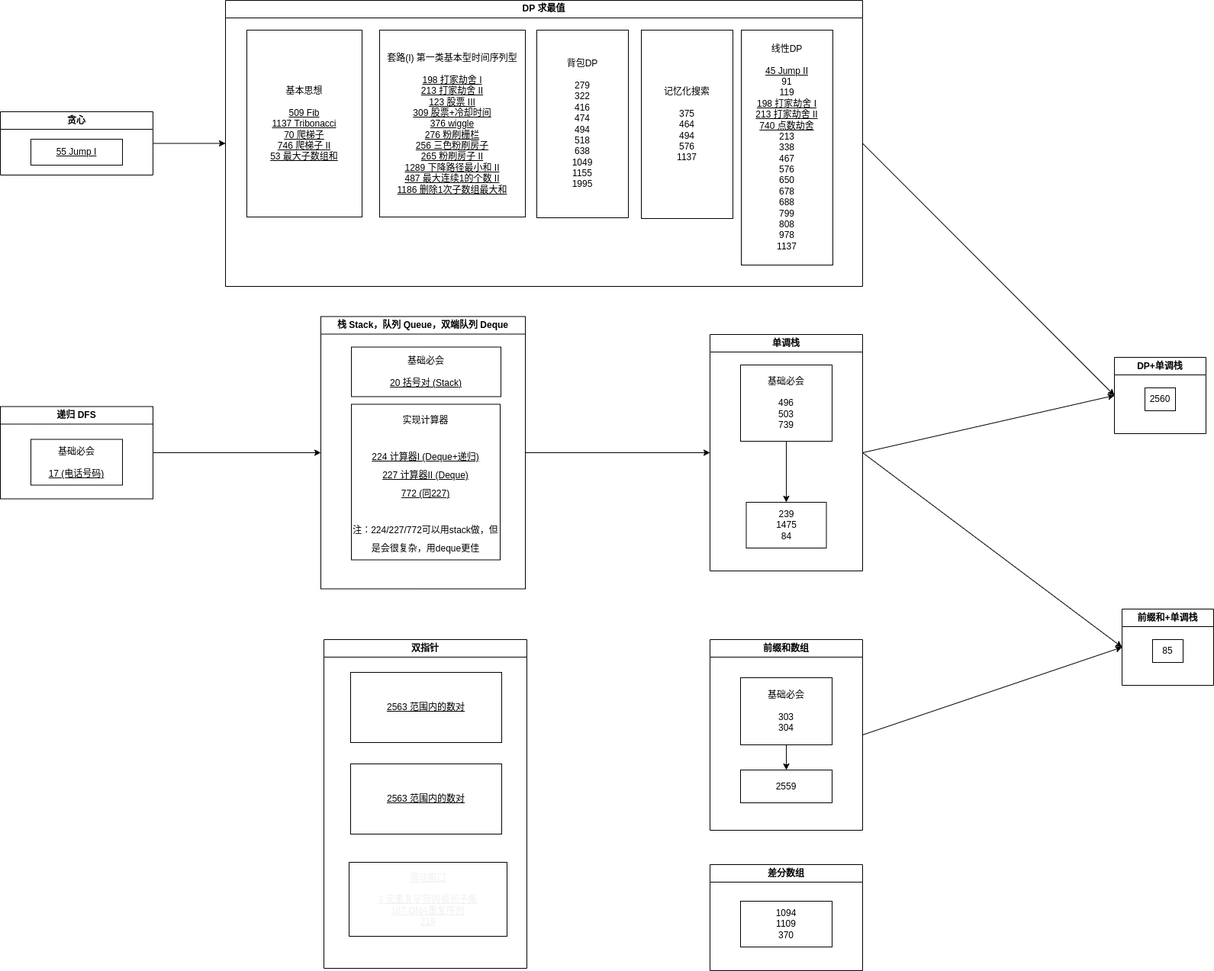
This is drawio/map.drawio.png from jssonx/algo-playground, a draw.io export, as it was before one commit. Source tidied: cells renumbered, new cells last; positions are measured from the earlier drawing's top-left corner, leaving out a move shared by most shapes.
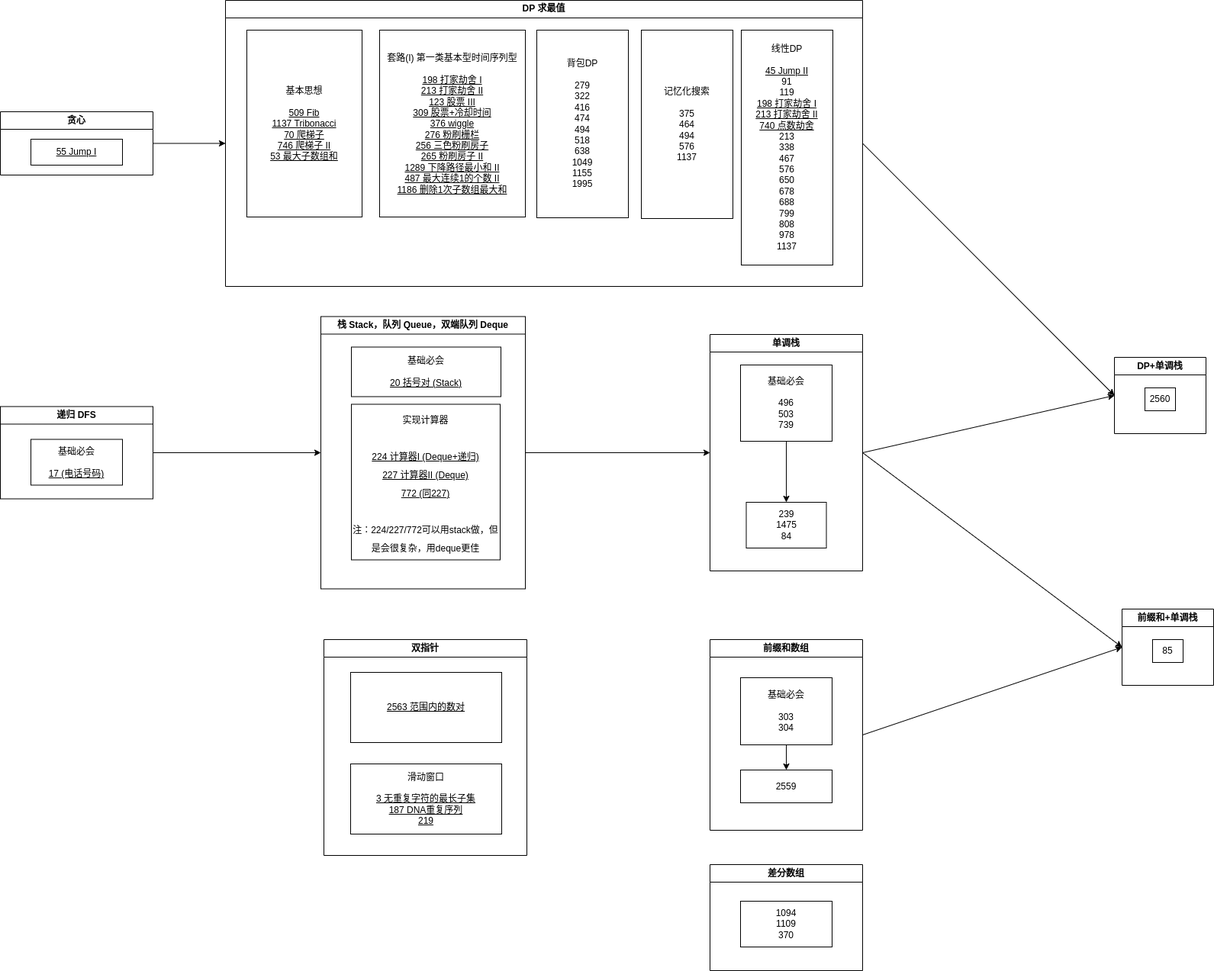
After the change.

What changed in the source:
```diff
@@ -105,15 +105,12 @@
       <mxGeometry x="497" y="39" width="191" height="245" as="geometry" />
     </mxCell>
     <mxCell id="36" value="双指针" style="swimlane;whiteSpace=wrap;html=1;" parent="1" vertex="1">
-      <mxGeometry x="424" y="838" width="266" height="431" as="geometry" />
+      <mxGeometry x="424" y="838" width="266" height="283" as="geometry" />
     </mxCell>
     <mxCell id="37" value="&lt;u&gt;2563 范围内的数对&lt;br&gt;&lt;/u&gt;" style="whiteSpace=wrap;html=1;" parent="36" vertex="1">
       <mxGeometry x="35" y="43" width="198" height="92" as="geometry" />
     </mxCell>
-    <mxCell id="38" value="&lt;u&gt;滑动窗口&lt;br&gt;&lt;br&gt;3 无重复字符的最长子集&lt;br&gt;187 DNA重复序列&lt;br&gt;219&lt;/u&gt;" style="whiteSpace=wrap;html=1;fontFamily=Helvetica;fontSize=12;fontColor=#F0F0F0;" parent="36" vertex="1">
-      <mxGeometry x="33" y="292" width="207" height="97" as="geometry" />
-    </mxCell>
-    <mxCell id="39" value="&lt;u&gt;2563 范围内的数对&lt;br&gt;&lt;/u&gt;" style="whiteSpace=wrap;html=1;" parent="36" vertex="1">
+    <mxCell id="39" value="滑动窗口&lt;br&gt;&lt;br&gt;&lt;u&gt;3 无重复字符的最长子集&lt;br&gt;187 DNA重复序列&lt;br&gt;219&lt;/u&gt;" style="whiteSpace=wrap;html=1;" parent="36" vertex="1">
       <mxGeometry x="35" y="163" width="198" height="92" as="geometry" />
     </mxCell>
   </root>
```
